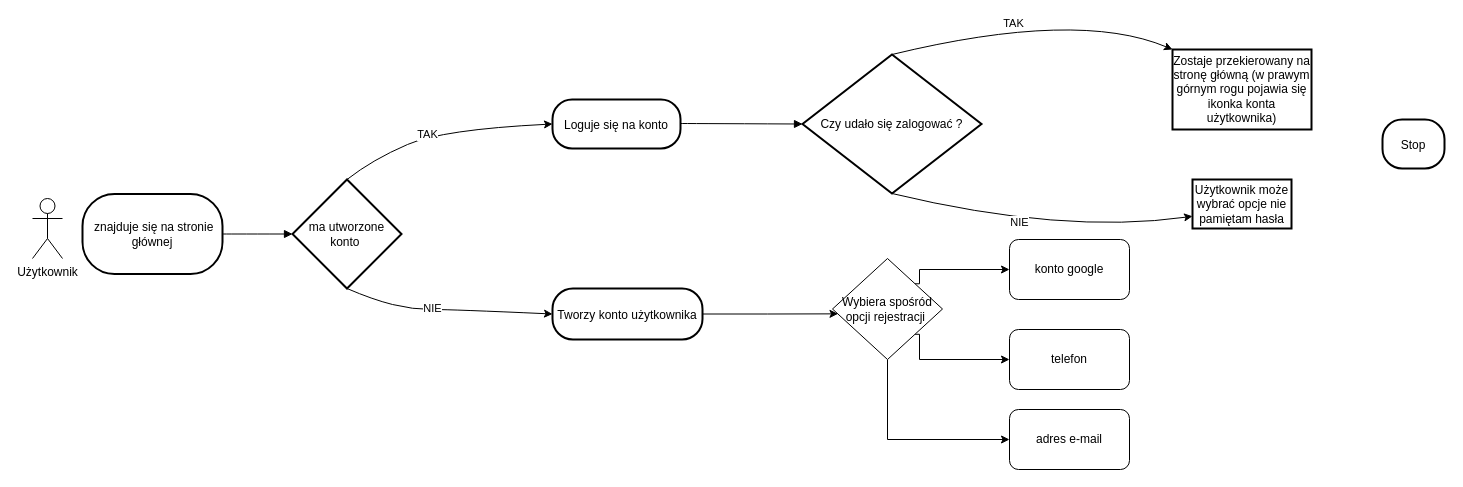
The draw.io diagram Diagram bez tytułu.drawio in Cielako/django_social_app_diag_repo, before the edit. Source tidied: cells renumbered, new cells numbered last; positions are measured from the earlier drawing's top-left corner, leaving out a move shared by most shapes. Both pictures are drawn from the tidied source at 100%, with x=0, y=0 at pixel (32, 9).
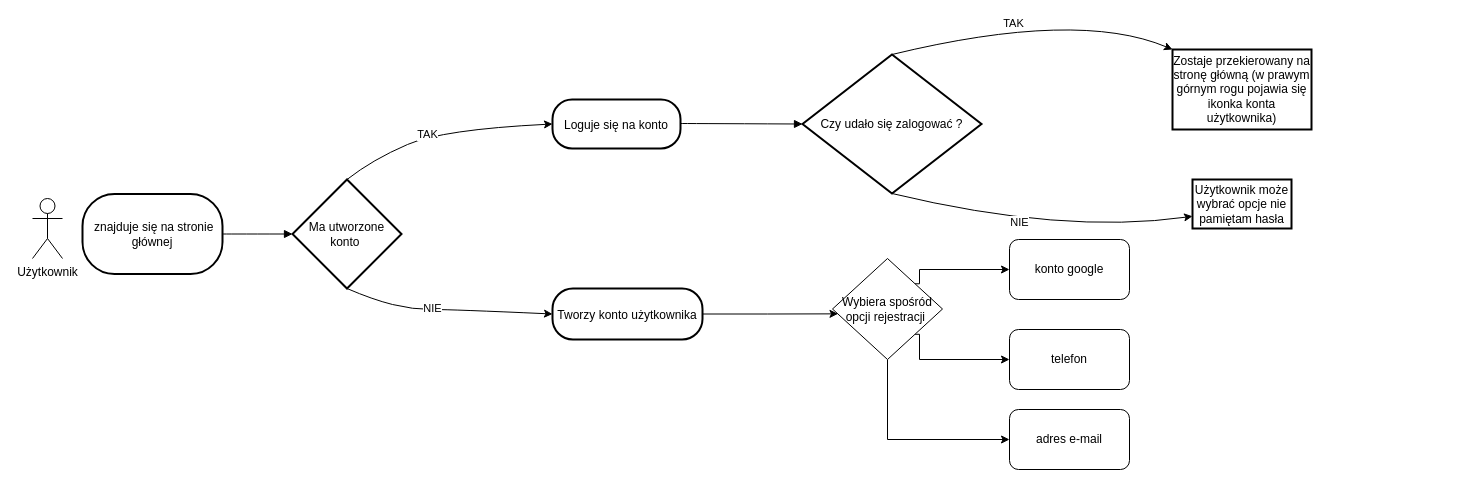
After the change.

What changed in the source:
```diff
@@
-    <mxCell id="3" value="ma utworzone konto " style="rhombus;strokeWidth=2;whiteSpace=wrap;" parent="1" vertex="1">
+    <mxCell id="3" value="Ma utworzone konto " style="rhombus;strokeWidth=2;whiteSpace=wrap;" parent="1" vertex="1">
       <mxGeometry x="260" y="170" width="109" height="109" as="geometry" />
     </mxCell>
@@
-    <mxCell id="8" value="Stop" style="rounded=1;arcSize=40;strokeWidth=2;" parent="1" vertex="1">
-      <mxGeometry x="1350" y="110" width="62" height="49" as="geometry" />
-    </mxCell>
```
